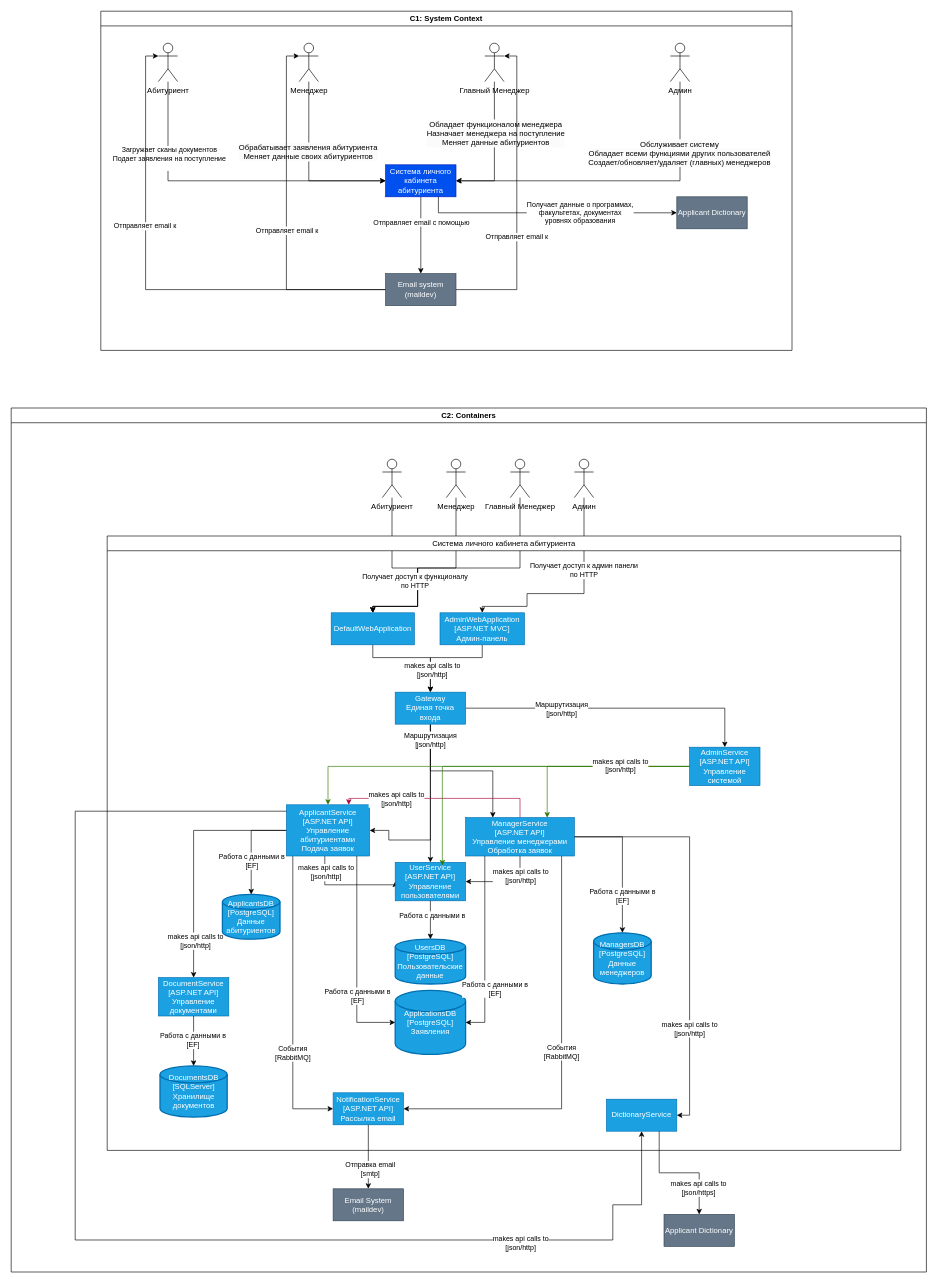
Before: Архитектура.drawio.xml in VyacheslavTarasov2005/Hits_Microservices, a draw.io diagram. Source tidied: cells renumbered, new cells numbered last; positions are measured from the earlier drawing's top-left corner, leaving out a move shared by most shapes. Both pictures are drawn from the tidied source at 64%, with x=0, y=0 at pixel (11, 11).
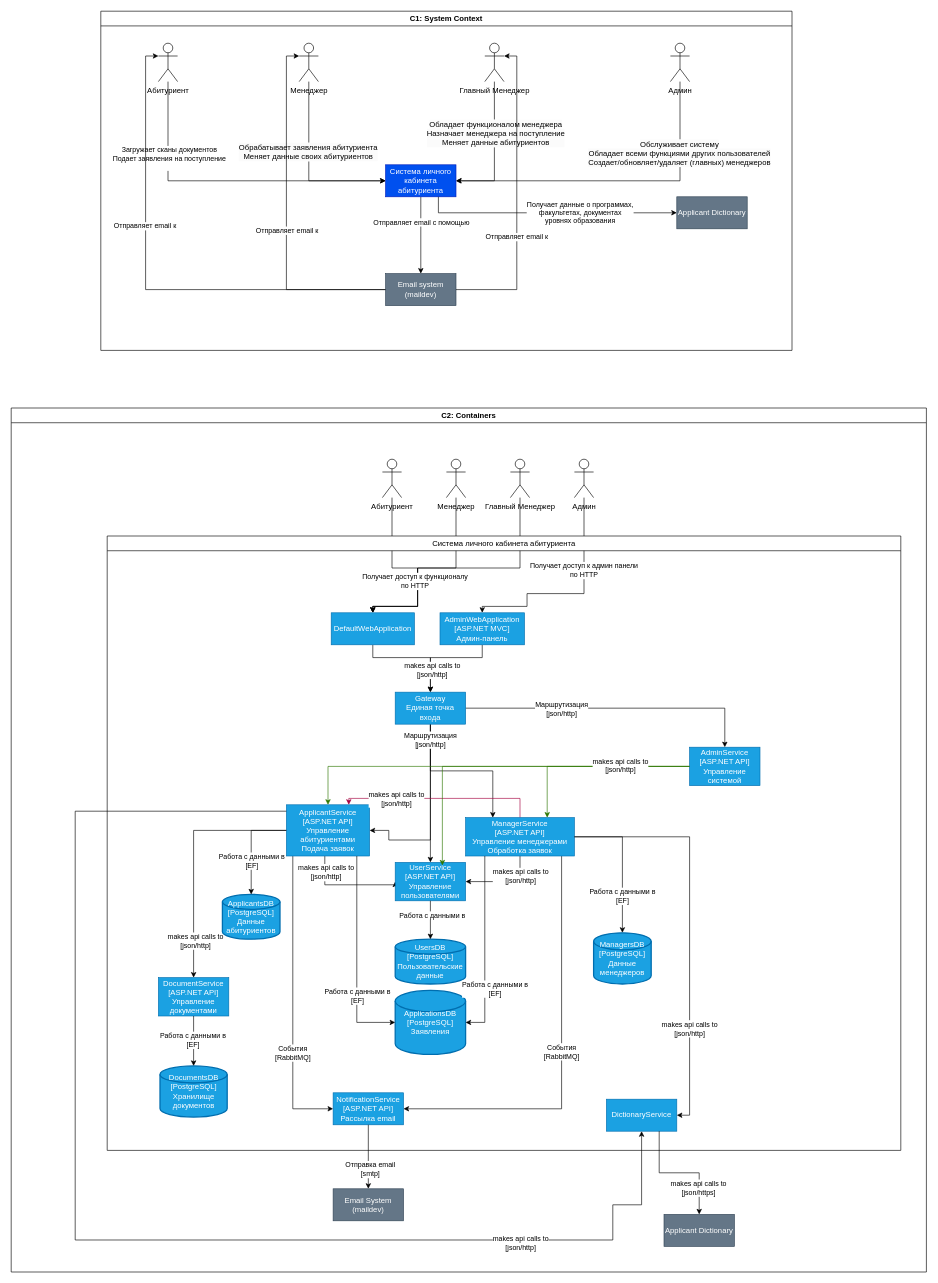
The same page after the edit.

Unchanged cells that the change refers to:
```xml
<mxCell id="39" value="&lt;span style=&quot;font-weight: 400; text-wrap-mode: nowrap;&quot;&gt;Система личного кабинета абитуриента&lt;/span&gt;" style="swimlane;whiteSpace=wrap;html=1;" parent="28" vertex="1">
  <mxGeometry x="150" y="200" width="1240" height="960" as="geometry" />
</mxCell>
```

Change to the diagram source:
```diff
@@
-    <mxCell id="85" value="DocumentsDB&lt;div&gt;[SQLServer]&lt;/div&gt;&lt;div&gt;Хранилище документов&lt;/div&gt;" style="strokeWidth=2;html=1;shape=mxgraph.flowchart.database;whiteSpace=wrap;fillColor=#1ba1e2;fontColor=#ffffff;strokeColor=#006EAF;" parent="39" vertex="1">
+    <mxCell id="85" value="DocumentsDB&lt;div&gt;[PostgreSQL]&lt;/div&gt;&lt;div&gt;Хранилище документов&lt;/div&gt;" style="strokeWidth=2;html=1;shape=mxgraph.flowchart.database;whiteSpace=wrap;fillColor=#1ba1e2;fontColor=#ffffff;strokeColor=#006EAF;" parent="39" vertex="1">
       <mxGeometry x="82.5" y="828" width="105" height="80" as="geometry" />
     </mxCell>
```
